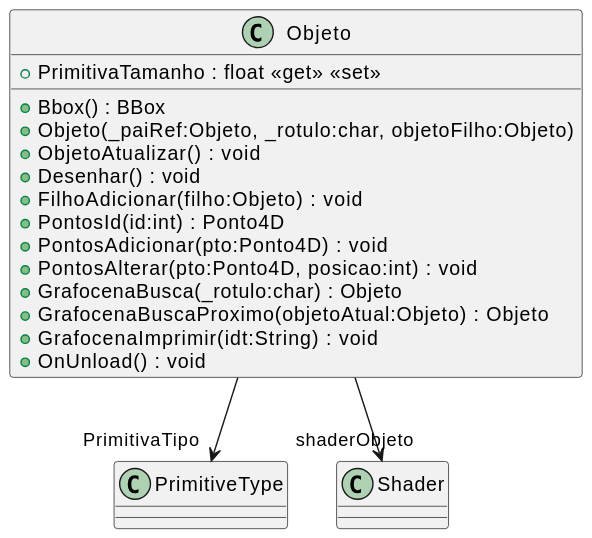
Earlier version of the PlantUML export svg/Unidade2/_._CG_N2_1/plantuml/Objeto.svg (majutestoni/disciplina_CG_2025_1). The source it was exported from:
```plantuml
@startuml
class Objeto {
    + PrimitivaTamanho : float <<get>> <<set>>
    + Bbox() : BBox
    + Objeto(_paiRef:Objeto, _rotulo:char, objetoFilho:Objeto)
    + ObjetoAtualizar() : void
    + Desenhar() : void
    + FilhoAdicionar(filho:Objeto) : void
    + PontosId(id:int) : Ponto4D
    + PontosAdicionar(pto:Ponto4D) : void
    + PontosAlterar(pto:Ponto4D, posicao:int) : void
    + GrafocenaBusca(_rotulo:char) : Objeto
    + GrafocenaBuscaProximo(objetoAtual:Objeto) : Objeto
    + GrafocenaImprimir(idt:String) : void
    + OnUnload() : void
}
Objeto --> "PrimitivaTipo" PrimitiveType
Objeto --> "shaderObjeto" Shader
@enduml
```
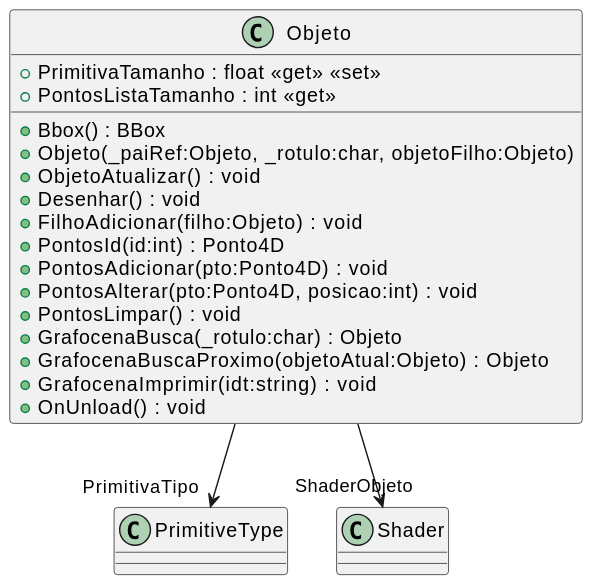
The same file after the commit.

The edit, as a diff of the source:
```diff
@@ -1,6 +1,7 @@
 @startuml
 class Objeto {
     + PrimitivaTamanho : float <<get>> <<set>>
+    + PontosListaTamanho : int <<get>>
     + Bbox() : BBox
     + Objeto(_paiRef:Objeto, _rotulo:char, objetoFilho:Objeto)
     + ObjetoAtualizar() : void
@@ -9,11 +10,12 @@
     + PontosId(id:int) : Ponto4D
     + PontosAdicionar(pto:Ponto4D) : void
     + PontosAlterar(pto:Ponto4D, posicao:int) : void
+    + PontosLimpar() : void
     + GrafocenaBusca(_rotulo:char) : Objeto
     + GrafocenaBuscaProximo(objetoAtual:Objeto) : Objeto
-    + GrafocenaImprimir(idt:String) : void
+    + GrafocenaImprimir(idt:string) : void
     + OnUnload() : void
 }
 Objeto --> "PrimitivaTipo" PrimitiveType
-Objeto --> "shaderObjeto" Shader
+Objeto --> "ShaderObjeto" Shader
 @enduml
```
